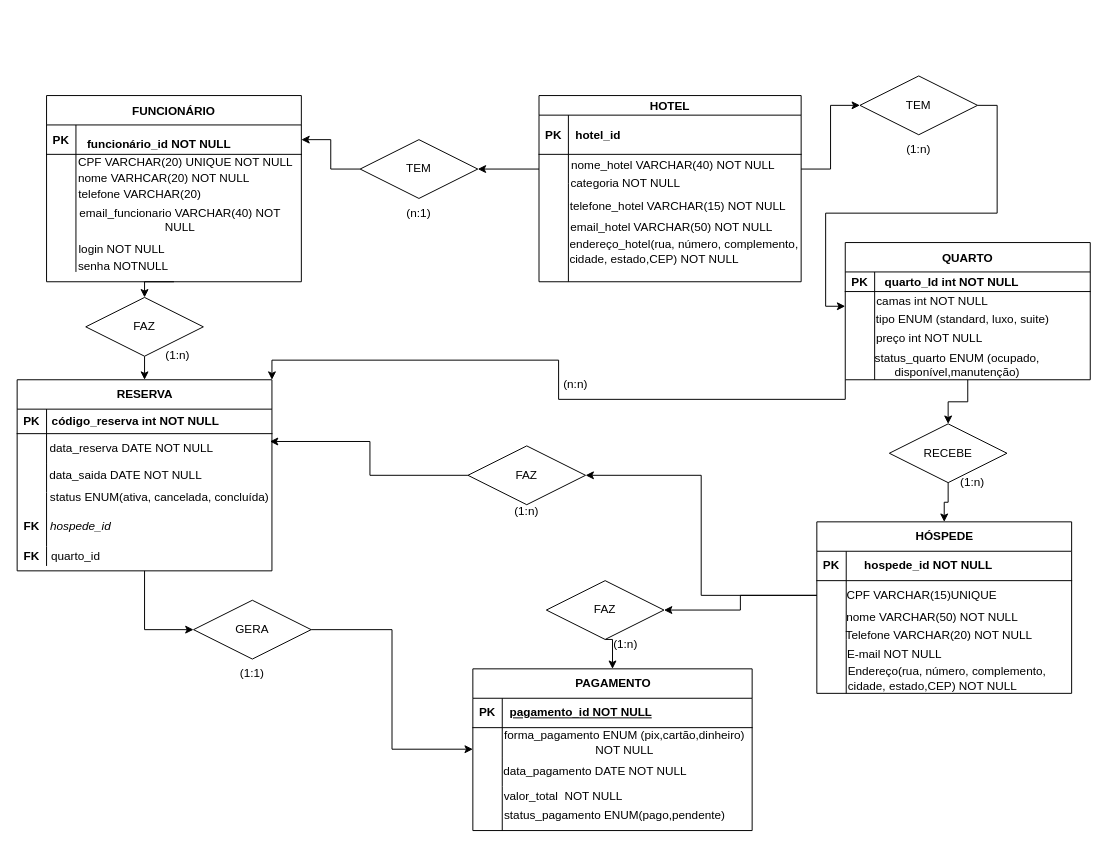
Leandro-XPG/Projeto-Re4 keeps this draw.io diagram as Untitled Diagram.drawio. Above is the earlier version. Source tidied: cells renumbered, new cells numbered last; positions are measured from the earlier drawing's top-left corner, leaving out a move shared by most shapes. Both pictures are drawn from the tidied source at 98%, with x=0, y=0 at pixel (17, 75).
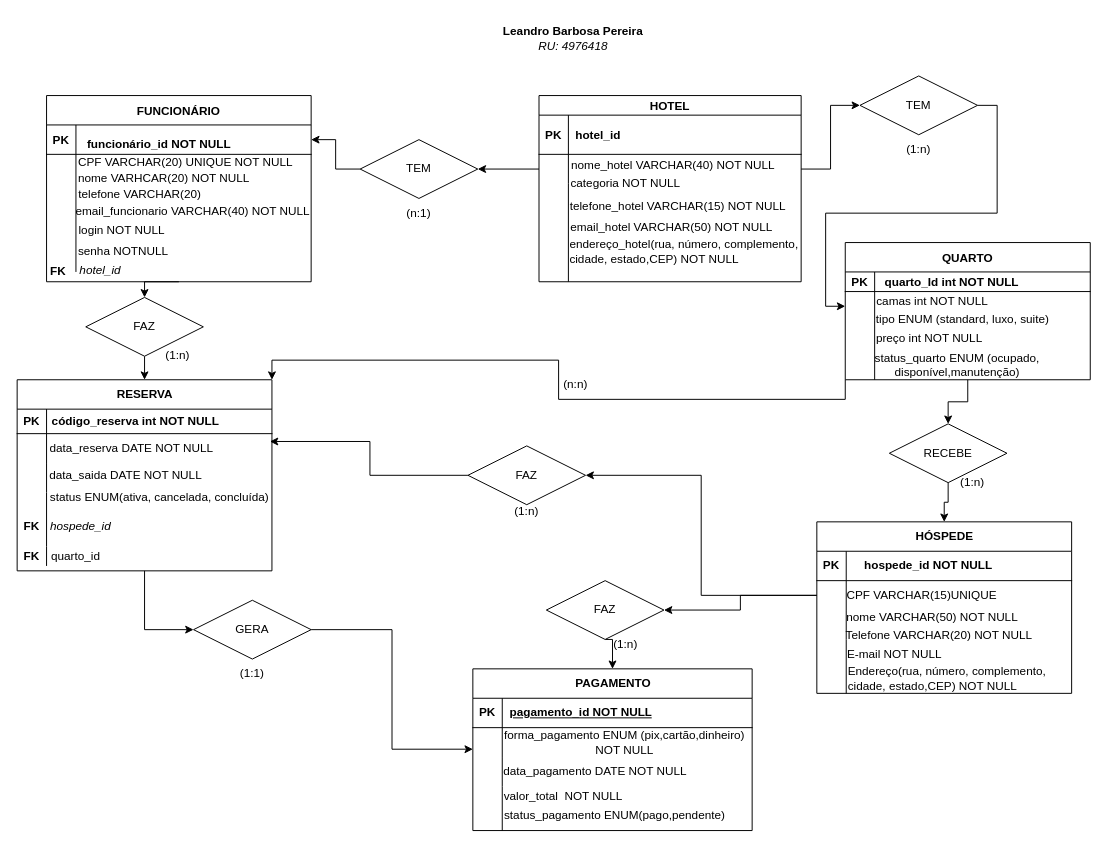
The same page after the edit.

What changed in the source:
```diff
@@
     <mxCell id="25" value="FUNCIONÁRIO" style="shape=table;startSize=30;childLayout=tableLayout;rowLines=0;fontStyle=1;align=center;" parent="1" vertex="1">
-      <mxGeometry x="30" y="20" width="260" height="190" as="geometry" />
+      <mxGeometry x="30" y="20" width="270" height="190" as="geometry" />
     </mxCell>
     <mxCell id="26" style="shape=partialRectangle;fillColor=none;points=[[0,0.5],[1,0.5]];portConstraint=eastwest;top=0;left=0;right=0;bottom=1;" parent="25" vertex="1">
-      <mxGeometry y="30" width="260" height="30" as="geometry" />
+      <mxGeometry y="30" width="270" height="30" as="geometry" />
     </mxCell>
@@
     <mxCell id="28" style="shape=partialRectangle;overflow=hidden;fillColor=none;top=0;left=0;bottom=0;right=0;align=left;spacingLeft=6;fontStyle=5;" parent="26" vertex="1">
-      <mxGeometry x="30" width="230" height="30" as="geometry" />
+      <mxGeometry x="30" width="240" height="30" as="geometry" />
     </mxCell>
     <mxCell id="29" style="shape=partialRectangle;fillColor=none;top=0;left=0;right=0;bottom=0;" parent="25" vertex="1">
-      <mxGeometry y="60" width="260" height="120" as="geometry" />
+      <mxGeometry y="60" width="270" height="120" as="geometry" />
     </mxCell>
@@
     <mxCell id="31" style="shape=partialRectangle;overflow=hidden;fillColor=none;top=0;left=0;bottom=0;right=0;align=left;spacingLeft=6;" parent="29" vertex="1">
-      <mxGeometry x="30" width="230" height="120" as="geometry" />
+      <mxGeometry x="30" width="240" height="120" as="geometry" />
     </mxCell>
@@
     <mxCell id="134" value="email_funcionario VARCHAR(40) NOT NULL" style="text;html=1;align=center;verticalAlign=middle;whiteSpace=wrap;rounded=0;" parent="1" vertex="1">
-      <mxGeometry x="55" y="132" width="222.5" height="30" as="geometry" />
+      <mxGeometry x="57" y="123" width="245" height="30" as="geometry" />
     </mxCell>
     <mxCell id="135" value="login NOT NULL" style="text;html=1;align=center;verticalAlign=middle;whiteSpace=wrap;rounded=0;" parent="1" vertex="1">
-      <mxGeometry x="57" y="162" width="100" height="30" as="geometry" />
+      <mxGeometry x="57" y="143" width="100" height="30" as="geometry" />
     </mxCell>
     <mxCell id="136" value="senha NOTNULL" style="text;html=1;align=center;verticalAlign=middle;whiteSpace=wrap;rounded=0;" parent="1" vertex="1">
-      <mxGeometry x="57" y="180" width="103" height="30" as="geometry" />
+      <mxGeometry x="57" y="164" width="103" height="30" as="geometry" />
     </mxCell>
+    <mxCell id="137" value="hotel_id" style="text;html=1;align=center;verticalAlign=middle;whiteSpace=wrap;rounded=0;fontStyle=2;" parent="1" vertex="1">
+      <mxGeometry x="55" y="184" width="60" height="30" as="geometry" />
+    </mxCell>
+    <mxCell id="138" value="FK" style="shape=partialRectangle;fillColor=none;top=0;left=0;bottom=0;right=0;fontStyle=1;overflow=hidden;whiteSpace=wrap;html=1;" parent="1" vertex="1">
+      <mxGeometry x="27" y="190" width="30" height="20" as="geometry" />
+    </mxCell>
+    <mxCell id="139" value="Leandro Barbosa Pereira" style="text;html=1;align=center;verticalAlign=middle;whiteSpace=wrap;rounded=0;fontStyle=1;" parent="1" vertex="1">
+      <mxGeometry x="485" y="-60" width="165" height="30" as="geometry" />
+    </mxCell>
+    <mxCell id="140" value="RU: 4976418" style="text;html=1;align=center;verticalAlign=middle;whiteSpace=wrap;rounded=0;fontStyle=2;" parent="1" vertex="1">
+      <mxGeometry x="528" y="-40" width="79" height="20" as="geometry" />
+    </mxCell>
```
